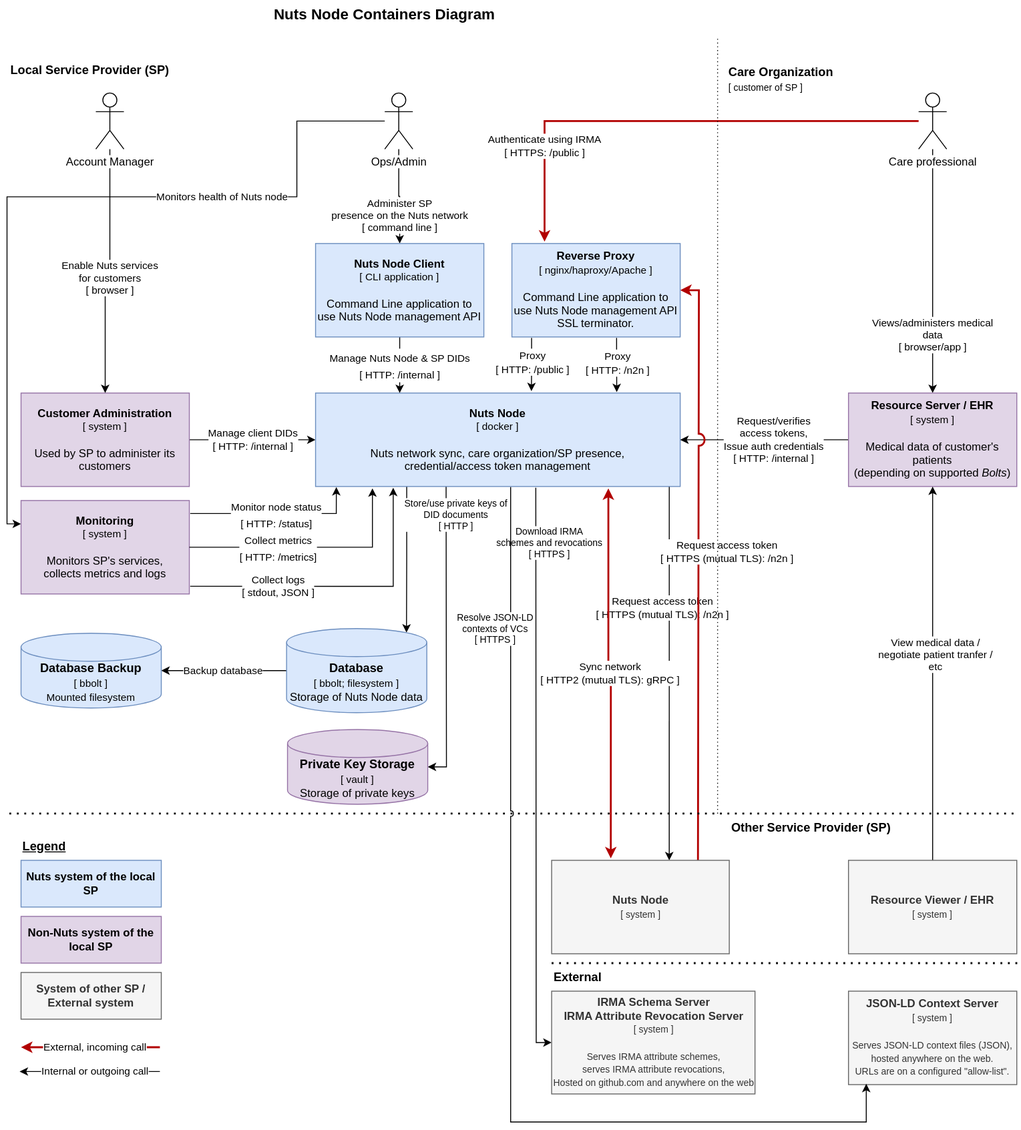
This is docs/diagrams/deployment/container-diagram.svg from nuts-foundation/nuts-node, a draw.io export, as it was before one commit. Source tidied: cells renumbered, new cells last; positions are measured from the earlier drawing's top-left corner, leaving out a move shared by most shapes.
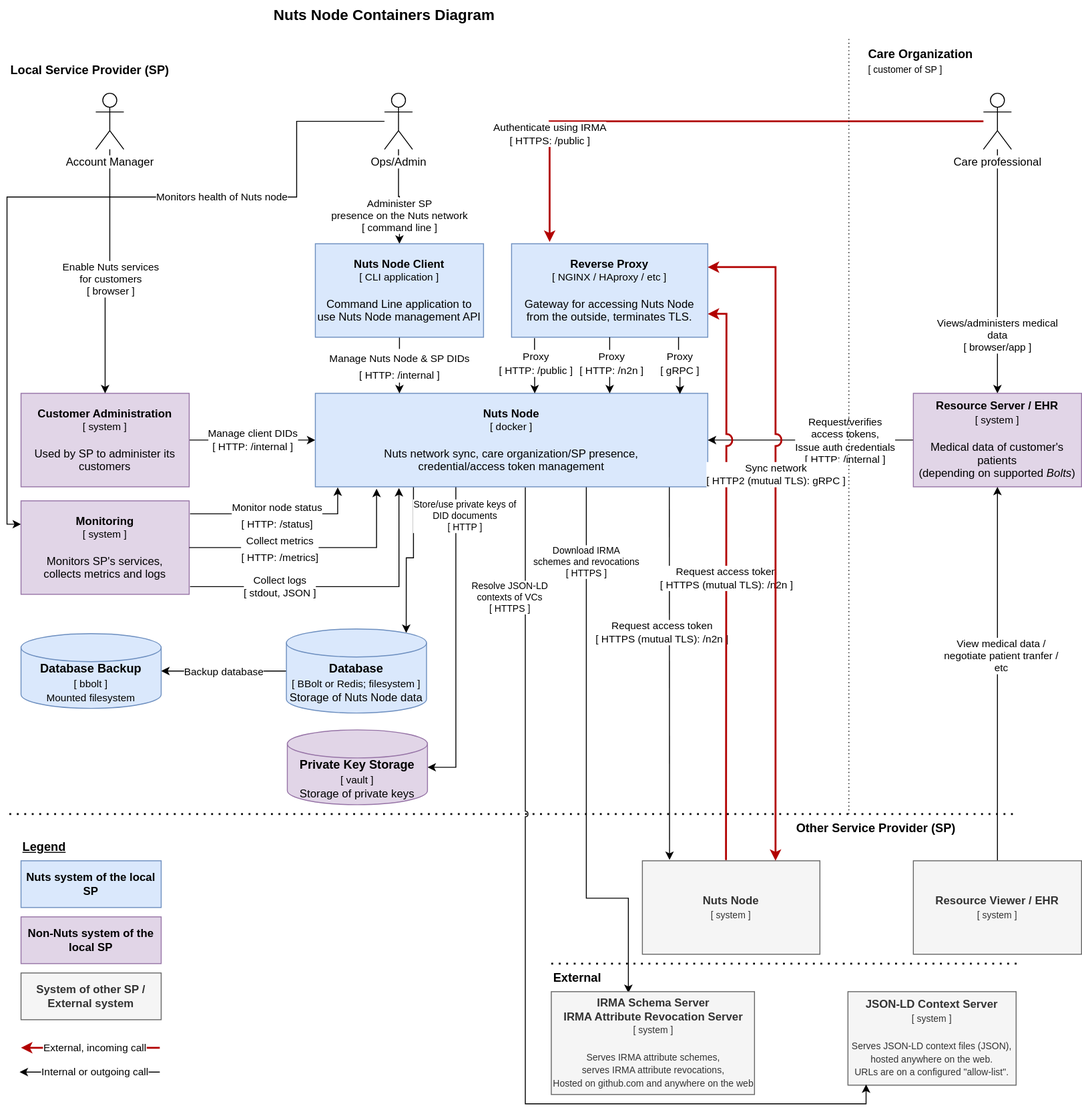
After the commit.

Commit message:
Docs: updated deployment diagram to recommend TLS offloading for gRPC traffic

What changed in the source:
```diff
@@ -31,43 +31,44 @@
       <mxGeometry x="0.52" relative="1" as="geometry" />
     </mxCell>
     <mxCell id="9" value="&lt;span style=&quot;background-color: rgb(255, 255, 255);&quot;&gt;Care professional&lt;br&gt;&lt;/span&gt;" style="shape=umlActor;verticalLabelPosition=bottom;verticalAlign=top;html=1;outlineConnect=0;" parent="1" vertex="1">
-      <mxGeometry x="975" y="99" width="30" height="60" as="geometry" />
+      <mxGeometry x="1045" y="99" width="30" height="60" as="geometry" />
     </mxCell>
     <mxCell id="10" style="edgeStyle=orthogonalEdgeStyle;rounded=0;jettySize=auto;html=1;fontSize=11;strokeWidth=1;exitX=0.25;exitY=1;exitDx=0;exitDy=0;entryX=0.855;entryY=0;entryDx=0;entryDy=4.35;entryPerimeter=0;" parent="1" edge="1" source="15" target="31">
       <mxGeometry relative="1" as="geometry" />
     </mxCell>
-    <mxCell id="11" value="Download IRMA&lt;br&gt;schemes and revocations&lt;br&gt;[ HTTPS ]" style="edgeStyle=orthogonalEdgeStyle;rounded=0;jumpStyle=arc;jettySize=auto;html=1;fontSize=10;strokeWidth=1;entryX=0;entryY=0.5;entryDx=0;entryDy=0;exitX=0.604;exitY=1.013;exitDx=0;exitDy=0;exitPerimeter=0;" parent="1" edge="1" source="15" target="52">
-      <mxGeometry x="-0.81" y="14" relative="1" as="geometry">
+    <mxCell id="11" value="Download IRMA&lt;br&gt;schemes and revocations&lt;br&gt;[ HTTPS ]" style="edgeStyle=orthogonalEdgeStyle;rounded=0;jumpStyle=arc;jettySize=auto;html=1;fontSize=10;strokeWidth=1;entryX=0.446;entryY=1.049;entryDx=0;entryDy=0;exitX=0.697;exitY=0.984;exitDx=0;exitDy=0;exitPerimeter=0;entryPerimeter=0;" parent="1" edge="1" source="15" target="57">
+      <mxGeometry x="-0.71" relative="1" as="geometry">
         <Array as="points">
-          <mxPoint x="566" y="715" />
-          <mxPoint x="566" y="960" />
+          <mxPoint x="620" y="518" />
+          <mxPoint x="620" y="960" />
+          <mxPoint x="665" y="960" />
         </Array>
       </mxGeometry>
     </mxCell>
     <mxCell id="12" value="Store/use private keys of &lt;br&gt;DID documents&lt;br&gt;[ HTTP ]" style="edgeStyle=orthogonalEdgeStyle;rounded=0;jumpStyle=arc;jettySize=auto;html=1;fontSize=10;startArrow=none;startFill=0;strokeWidth=1;exitX=0.358;exitY=1;exitDx=0;exitDy=0;exitPerimeter=0;entryX=1;entryY=0.5;entryDx=0;entryDy=0;entryPerimeter=0;" parent="1" edge="1" source="15" target="58">
       <mxGeometry x="-0.81" y="10" relative="1" as="geometry" />
     </mxCell>
-    <mxCell id="13" style="edgeStyle=orthogonalEdgeStyle;rounded=0;jumpStyle=arc;jettySize=auto;html=1;fontSize=11;startArrow=none;startFill=0;strokeWidth=1;exitX=0.97;exitY=0.987;exitDx=0;exitDy=0;exitPerimeter=0;entryX=0.662;entryY=0;entryDx=0;entryDy=0;entryPerimeter=0;" parent="1" edge="1" source="15" target="24">
+    <mxCell id="13" style="edgeStyle=orthogonalEdgeStyle;rounded=0;jumpStyle=arc;jettySize=auto;html=1;fontSize=11;startArrow=none;startFill=0;strokeWidth=1;exitX=0.902;exitY=0.995;exitDx=0;exitDy=0;exitPerimeter=0;entryX=0.153;entryY=-0.009;entryDx=0;entryDy=0;entryPerimeter=0;" parent="1" edge="1" source="15" target="24">
       <mxGeometry relative="1" as="geometry" />
     </mxCell>
     <mxCell id="14" value="Request access token&lt;br&gt;[ HTTPS (mutual TLS): /n2n ]" style="edgeLabel;html=1;align=center;verticalAlign=middle;fontSize=11;" parent="13" vertex="1">
       <mxGeometry x="-0.17" y="3" relative="1" as="geometry">
-        <mxPoint x="-11" y="-35" as="offset" />
+        <mxPoint x="-11" y="-9" as="offset" />
       </mxGeometry>
     </mxCell>
     <mxCell id="15" value="&lt;b&gt;Nuts Node&lt;br&gt;&lt;/b&gt;&lt;font style=&quot;font-size: 11px;&quot;&gt;&lt;font style=&quot;font-size: 11px;&quot;&gt;[ docker ]&lt;/font&gt;&lt;br&gt;&lt;/font&gt;&lt;br&gt;Nuts network sync, care organization/SP presence,&lt;br&gt;credential/access token management" style="rounded=0;whiteSpace=wrap;html=1;fillColor=#dae8fc;strokeColor=#6c8ebf;" parent="1" vertex="1">
-      <mxGeometry x="330" y="420" width="390" height="100" as="geometry" />
+      <mxGeometry x="330" y="420" width="420" height="100" as="geometry" />
     </mxCell>
     <mxCell id="16" style="edgeStyle=orthogonalEdgeStyle;rounded=0;jettySize=auto;html=1;fontSize=11;strokeWidth=1;" parent="1" edge="1" source="18" target="15">
       <mxGeometry relative="1" as="geometry" />
     </mxCell>
     <mxCell id="17" value="Request/verifies&lt;br&gt;access tokens,&lt;br&gt;Issue auth credentials&lt;br&gt;[ HTTP: /internal ]" style="edgeLabel;html=1;align=center;verticalAlign=middle;fontSize=11;" parent="16" vertex="1">
       <mxGeometry x="0.09" y="-3" relative="1" as="geometry">
-        <mxPoint x="18" y="3" as="offset" />
+        <mxPoint x="46" y="3" as="offset" />
       </mxGeometry>
     </mxCell>
     <mxCell id="18" value="&lt;font style=&quot;&quot;&gt;&lt;b&gt;Resource Server / EHR&lt;br&gt;&lt;/b&gt;&lt;/font&gt;&lt;font style=&quot;font-size: 11px;&quot;&gt;&lt;font style=&quot;font-size: 11px;&quot;&gt;[ system ]&lt;/font&gt;&lt;br&gt;&lt;/font&gt;&lt;br&gt;Medical data of customer's patients&lt;br&gt;(depending on supported&amp;nbsp;&lt;i&gt;Bolts&lt;/i&gt;)" style="rounded=0;whiteSpace=wrap;html=1;fillColor=#e1d5e7;strokeColor=#9673a6;" parent="1" vertex="1">
-      <mxGeometry x="900" y="420" width="180" height="100" as="geometry" />
+      <mxGeometry x="970" y="420" width="180" height="100" as="geometry" />
     </mxCell>
     <mxCell id="19" style="edgeStyle=orthogonalEdgeStyle;rounded=0;jettySize=auto;html=1;fontSize=10;entryX=0.5;entryY=0;entryDx=0;entryDy=0;" parent="1" edge="1" source="22" target="3">
       <mxGeometry relative="1" as="geometry" />
@@ -83,17 +84,11 @@
     <mxCell id="22" value="&lt;span style=&quot;background-color: rgb(255, 255, 255);&quot;&gt;Account Manager&lt;br&gt;&lt;/span&gt;" style="shape=umlActor;verticalLabelPosition=bottom;verticalAlign=top;html=1;outlineConnect=0;fillColor=default;" parent="1" vertex="1">
       <mxGeometry x="95" y="99" width="30" height="60" as="geometry" />
     </mxCell>
-    <mxCell id="23" value="Request access token&lt;br&gt;[ HTTPS (mutual TLS): /n2n ]" style="edgeStyle=orthogonalEdgeStyle;rounded=0;jettySize=auto;html=1;fontSize=11;strokeWidth=2;entryX=1;entryY=0.5;entryDx=0;entryDy=0;jumpStyle=arc;jumpSize=11;exitX=0.834;exitY=0.013;exitDx=0;exitDy=0;exitPerimeter=0;fillColor=#e51400;strokeColor=#B20000;" parent="1" edge="1" source="24" target="39">
-      <mxGeometry x="0.05" y="-30" relative="1" as="geometry">
-        <Array as="points">
-          <mxPoint x="739" y="800" />
-          <mxPoint x="740" y="800" />
-          <mxPoint x="740" y="310" />
-        </Array>
-      </mxGeometry>
+    <mxCell id="23" value="Request access token&lt;br&gt;[ HTTPS (mutual TLS): /n2n ]" style="edgeStyle=orthogonalEdgeStyle;rounded=0;jettySize=auto;html=1;fontSize=11;strokeWidth=2;jumpStyle=arc;jumpSize=11;fillColor=#e51400;strokeColor=#B20000;exitX=0.471;exitY=-0.008;exitDx=0;exitDy=0;exitPerimeter=0;entryX=1;entryY=0.75;entryDx=0;entryDy=0;" parent="1" edge="1" source="24" target="39">
+      <mxGeometry relative="1" as="geometry" />
     </mxCell>
     <mxCell id="24" value="&lt;b&gt;Nuts Node&lt;br&gt;&lt;/b&gt;&lt;font style=&quot;font-size: 10px;&quot;&gt;[ system ]&lt;/font&gt;" style="rounded=0;whiteSpace=wrap;html=1;fillColor=#f5f5f5;strokeColor=#666666;fontColor=#333333;" parent="1" vertex="1">
-      <mxGeometry x="582.5" y="920" width="190" height="100" as="geometry" />
+      <mxGeometry x="680" y="920" width="190" height="100" as="geometry" />
     </mxCell>
     <mxCell id="25" value="&lt;b&gt;System of other SP / External system&lt;/b&gt;" style="rounded=0;whiteSpace=wrap;html=1;fillColor=#f5f5f5;strokeColor=#666666;fontColor=#333333;" parent="1" vertex="1">
       <mxGeometry x="15" y="1040" width="150" height="50" as="geometry" />
@@ -113,7 +108,7 @@
     <mxCell id="30" value="Backup database" style="edgeLabel;html=1;align=center;verticalAlign=middle;fontSize=11;" parent="29" vertex="1">
       <mxGeometry x="0.02" relative="1" as="geometry" />
     </mxCell>
-    <mxCell id="31" value="Database&lt;br&gt;&lt;span style=&quot;font-weight: normal; font-size: 11px;&quot;&gt;[ bbolt; filesystem ]&lt;/span&gt;&lt;br&gt;&lt;font style=&quot;font-size: 12px;&quot;&gt;&lt;span style=&quot;font-weight: normal;&quot;&gt;S&lt;/span&gt;&lt;span style=&quot;font-weight: normal;&quot;&gt;torage of Nuts Node data&lt;/span&gt;&lt;/font&gt;" style="shape=cylinder3;whiteSpace=wrap;html=1;boundedLbl=1;backgroundOutline=1;size=15;fontSize=13;fillColor=#dae8fc;strokeColor=#6c8ebf;fontStyle=1;" parent="1" vertex="1">
+    <mxCell id="31" value="Database&lt;br&gt;&lt;span style=&quot;font-weight: normal; font-size: 11px;&quot;&gt;[ BBolt or Redis; filesystem ]&lt;/span&gt;&lt;br&gt;&lt;font style=&quot;font-size: 12px;&quot;&gt;&lt;span style=&quot;font-weight: normal;&quot;&gt;S&lt;/span&gt;&lt;span style=&quot;font-weight: normal;&quot;&gt;torage of Nuts Node data&lt;/span&gt;&lt;/font&gt;" style="shape=cylinder3;whiteSpace=wrap;html=1;boundedLbl=1;backgroundOutline=1;size=15;fontSize=13;fillColor=#dae8fc;strokeColor=#6c8ebf;fontStyle=1;" parent="1" vertex="1">
       <mxGeometry x="299" y="672" width="150" height="90" as="geometry" />
     </mxCell>
     <mxCell id="32" value="&lt;b&gt;Nuts Node Containers Diagram&lt;br&gt;&lt;/b&gt;" style="text;html=1;strokeColor=none;fillColor=none;align=center;verticalAlign=middle;whiteSpace=wrap;rounded=0;fontSize=16;" parent="1" vertex="1">
@@ -133,14 +128,14 @@
     <mxCell id="36" value="&lt;b&gt;Monitoring&lt;br&gt;&lt;/b&gt;&lt;font style=&quot;font-size: 11px;&quot;&gt;[ system ]&lt;br&gt;&lt;/font&gt;&lt;br&gt;Monitors SP's services,&lt;br&gt;collects metrics and logs" style="rounded=0;whiteSpace=wrap;html=1;fillColor=#e1d5e7;strokeColor=#9673a6;" parent="1" vertex="1">
       <mxGeometry x="15" y="535" width="180" height="100" as="geometry" />
     </mxCell>
-    <mxCell id="37" style="edgeStyle=orthogonalEdgeStyle;rounded=0;jettySize=auto;html=1;fontSize=12;strokeWidth=1;exitX=0.117;exitY=1.01;exitDx=0;exitDy=0;exitPerimeter=0;entryX=0.592;entryY=-0.02;entryDx=0;entryDy=0;entryPerimeter=0;" parent="1" edge="1" source="39" target="15">
+    <mxCell id="37" style="edgeStyle=orthogonalEdgeStyle;rounded=0;jettySize=auto;html=1;fontSize=12;strokeWidth=1;exitX=0.117;exitY=1.01;exitDx=0;exitDy=0;exitPerimeter=0;entryX=0.559;entryY=0;entryDx=0;entryDy=0;entryPerimeter=0;" parent="1" edge="1" source="39" target="15">
       <mxGeometry relative="1" as="geometry" />
     </mxCell>
     <mxCell id="38" value="&lt;font style=&quot;font-size: 11px;&quot;&gt;Proxy&lt;br&gt;[ HTTP: /public ]&lt;/font&gt;" style="edgeLabel;html=1;align=center;verticalAlign=middle;fontSize=12;" parent="37" vertex="1">
       <mxGeometry x="-0.09" y="1" relative="1" as="geometry" />
     </mxCell>
-    <mxCell id="39" value="&lt;font style=&quot;&quot;&gt;&lt;b&gt;Reverse Proxy&lt;br&gt;&lt;/b&gt;&lt;/font&gt;&lt;font style=&quot;font-size: 11px;&quot;&gt;&lt;font style=&quot;font-size: 11px;&quot;&gt;[ nginx/haproxy/Apache ]&lt;/font&gt;&lt;br&gt;&lt;/font&gt;&lt;br&gt;Command Line application to use Nuts Node management API&lt;br&gt;SSL terminator." style="rounded=0;whiteSpace=wrap;html=1;fillColor=#dae8fc;strokeColor=#6c8ebf;" parent="1" vertex="1">
-      <mxGeometry x="540" y="260" width="180" height="100" as="geometry" />
+    <mxCell id="39" value="&lt;font style=&quot;&quot;&gt;&lt;b&gt;Reverse Proxy&lt;br&gt;&lt;/b&gt;&lt;/font&gt;&lt;font style=&quot;font-size: 11px;&quot;&gt;&lt;font style=&quot;font-size: 11px;&quot;&gt;[ NGINX / HAproxy / etc ]&lt;/font&gt;&lt;br&gt;&lt;/font&gt;&lt;br&gt;Gateway for accessing Nuts Node from the outside, terminates TLS." style="rounded=0;whiteSpace=wrap;html=1;fillColor=#dae8fc;strokeColor=#6c8ebf;" parent="1" vertex="1">
+      <mxGeometry x="540" y="260" width="210" height="100" as="geometry" />
     </mxCell>
     <mxCell id="40" value="Collect logs&lt;br&gt;[ stdout, JSON ]" style="edgeStyle=orthogonalEdgeStyle;rounded=0;jettySize=auto;html=1;fontSize=11;strokeWidth=1;entryX=0.213;entryY=1.013;entryDx=0;entryDy=0;entryPerimeter=0;exitX=1.005;exitY=0.918;exitDx=0;exitDy=0;exitPerimeter=0;" parent="1" edge="1" source="36" target="15">
       <mxGeometry x="-0.42" relative="1" as="geometry" />
@@ -148,14 +143,14 @@
     <mxCell id="41" value="&lt;b&gt;Database Backup&lt;/b&gt;&lt;br&gt;&lt;font style=&quot;font-size: 11px;&quot;&gt;[ bbolt ]&lt;br&gt;Mounted filesystem&lt;br&gt;&lt;/font&gt;" style="shape=cylinder3;whiteSpace=wrap;html=1;boundedLbl=1;backgroundOutline=1;size=15;fontSize=13;fillColor=#dae8fc;strokeColor=#6c8ebf;" parent="1" vertex="1">
       <mxGeometry x="15" y="677" width="150" height="80" as="geometry" />
     </mxCell>
-    <mxCell id="42" style="edgeStyle=orthogonalEdgeStyle;rounded=0;jettySize=auto;html=1;fontSize=12;strokeWidth=1;exitX=0.622;exitY=1.01;exitDx=0;exitDy=0;exitPerimeter=0;entryX=0.826;entryY=-0.01;entryDx=0;entryDy=0;entryPerimeter=0;" parent="1" edge="1" source="39" target="15">
+    <mxCell id="42" style="edgeStyle=orthogonalEdgeStyle;rounded=0;jettySize=auto;html=1;fontSize=12;strokeWidth=1;exitX=0.5;exitY=1;exitDx=0;exitDy=0;entryX=0.75;entryY=0;entryDx=0;entryDy=0;" parent="1" edge="1" source="39" target="15">
       <mxGeometry relative="1" as="geometry" />
     </mxCell>
     <mxCell id="43" value="&lt;font style=&quot;font-size: 11px;&quot;&gt;Proxy&lt;br&gt;[ HTTP: /n2n ]&lt;/font&gt;" style="edgeLabel;html=1;align=center;verticalAlign=middle;fontSize=12;" parent="42" vertex="1">
       <mxGeometry x="-0.09" y="1" relative="1" as="geometry" />
     </mxCell>
-    <mxCell id="44" value="Sync network&lt;br&gt;[ HTTP2 (mutual TLS): gRPC ]" style="edgeStyle=orthogonalEdgeStyle;rounded=0;jettySize=auto;html=1;fontSize=11;strokeWidth=2;jumpStyle=arc;jumpSize=11;entryX=0.803;entryY=1.02;entryDx=0;entryDy=0;entryPerimeter=0;exitX=0.333;exitY=-0.021;exitDx=0;exitDy=0;exitPerimeter=0;startArrow=classic;startFill=1;fillColor=#e51400;strokeColor=#B20000;" parent="1" edge="1" source="24" target="15">
-      <mxGeometry relative="1" as="geometry" />
+    <mxCell id="44" value="Sync network&lt;br&gt;[ HTTP2 (mutual TLS): gRPC ]" style="edgeStyle=orthogonalEdgeStyle;rounded=0;jettySize=auto;html=1;fontSize=11;strokeWidth=2;jumpStyle=arc;jumpSize=11;entryX=1;entryY=0.25;entryDx=0;entryDy=0;exitX=0.75;exitY=0;exitDx=0;exitDy=0;startArrow=classic;startFill=1;fillColor=#e51400;strokeColor=#B20000;" parent="1" edge="1" source="24" target="39">
+      <mxGeometry x="0.17" relative="1" as="geometry" />
     </mxCell>
     <mxCell id="45" value="&lt;font style=&quot;font-size: 11px;&quot;&gt;Collect metrics&lt;br&gt;[ HTTP: /metrics]&lt;br&gt;&lt;/font&gt;" style="edgeStyle=orthogonalEdgeStyle;rounded=0;jettySize=auto;html=1;fontSize=15;strokeWidth=1;entryX=0.156;entryY=1.02;entryDx=0;entryDy=0;exitX=1;exitY=0.5;exitDx=0;exitDy=0;entryPerimeter=0;" parent="1" edge="1" source="36" target="15">
       <mxGeometry x="-0.27" relative="1" as="geometry" />
@@ -173,16 +168,16 @@
       </mxGeometry>
     </mxCell>
     <mxCell id="49" value="&lt;font style=&quot;&quot;&gt;&lt;b&gt;Resource Viewer / EHR&lt;br&gt;&lt;/b&gt;&lt;/font&gt;&lt;font style=&quot;font-size: 10px;&quot;&gt;[ system ]&lt;/font&gt;" style="rounded=0;whiteSpace=wrap;html=1;fillColor=#f5f5f5;strokeColor=#666666;fontColor=#333333;" parent="1" vertex="1">
-      <mxGeometry x="900" y="920" width="180" height="100" as="geometry" />
+      <mxGeometry x="970" y="920" width="180" height="100" as="geometry" />
     </mxCell>
     <mxCell id="50" style="endArrow=none;dashed=1;html=1;dashPattern=1 3;strokeWidth=1;rounded=0;fontSize=13;" parent="1" edge="1">
       <mxGeometry relative="1" as="geometry">
-        <mxPoint x="760" y="870" as="sourcePoint" />
-        <mxPoint x="760" y="40" as="targetPoint" />
+        <mxPoint x="901" y="870" as="sourcePoint" />
+        <mxPoint x="901" y="40" as="targetPoint" />
       </mxGeometry>
     </mxCell>
     <mxCell id="51" value="Care Organization&lt;br&gt;&lt;span style=&quot;font-weight: normal;&quot;&gt;&lt;font style=&quot;font-size: 10px;&quot;&gt;[ customer of SP ]&lt;/font&gt;&lt;/span&gt;" style="text;html=1;strokeColor=none;fillColor=none;align=left;verticalAlign=middle;whiteSpace=wrap;rounded=0;dashed=1;fontSize=13;fontStyle=1;" parent="1" vertex="1">
-      <mxGeometry x="770" y="69" width="140" height="30" as="geometry" />
+      <mxGeometry x="920" y="50" width="140" height="30" as="geometry" />
     </mxCell>
     <mxCell id="52" value="&lt;b&gt;IRMA Schema Server&lt;br&gt;IRMA Attribute Revocation Server&lt;br&gt;&lt;/b&gt;&lt;font style=&quot;font-size: 10px;&quot;&gt;[ system ]&lt;br&gt;&lt;br&gt;Serves IRMA attribute schemes,&lt;br&gt;serves IRMA attribute revocations,&lt;br&gt;Hosted on github.com and anywhere on the web&lt;br&gt;&lt;/font&gt;" style="rounded=0;whiteSpace=wrap;html=1;fillColor=#f5f5f5;strokeColor=#666666;fontColor=#333333;" parent="1" vertex="1">
       <mxGeometry x="582.5" y="1060" width="217.5" height="110" as="geometry" />
@@ -196,13 +191,7 @@
       </mxGeometry>
     </mxCell>
     <mxCell id="55" style="edgeStyle=orthogonalEdgeStyle;rounded=0;jumpStyle=arc;jettySize=auto;html=1;fontSize=10;strokeWidth=1;exitX=0.535;exitY=1.006;exitDx=0;exitDy=0;exitPerimeter=0;entryX=0.108;entryY=0.992;entryDx=0;entryDy=0;entryPerimeter=0;" parent="1" edge="1" source="15" target="53">
-      <mxGeometry relative="1" as="geometry">
-        <Array as="points">
-          <mxPoint x="539" y="1200" />
-          <mxPoint x="919" y="1200" />
-          <mxPoint x="919" y="1159" />
-        </Array>
-      </mxGeometry>
+      <mxGeometry relative="1" as="geometry" />
     </mxCell>
     <mxCell id="56" value="Resolve JSON-LD&lt;br&gt;contexts of VCs&lt;br&gt;[ HTTPS ]" style="edgeLabel;html=1;align=center;verticalAlign=middle;fontSize=10;" parent="55" vertex="1">
       <mxGeometry x="0.21" y="-1" relative="1" as="geometry">
@@ -228,7 +217,13 @@
       </mxGeometry>
     </mxCell>
     <mxCell id="61" value="Other Service Provider (SP)" style="text;html=1;strokeColor=none;fillColor=none;align=left;verticalAlign=middle;whiteSpace=wrap;rounded=0;dashed=1;fontSize=13;fontStyle=1;" parent="1" vertex="1">
-      <mxGeometry x="772.5" y="870" width="185" height="30" as="geometry" />
+      <mxGeometry x="842.5" y="870" width="185" height="30" as="geometry" />
     </mxCell>
+    <mxCell id="62" style="edgeStyle=orthogonalEdgeStyle;rounded=0;jettySize=auto;html=1;fontSize=12;strokeWidth=1;entryX=0.929;entryY=0.007;entryDx=0;entryDy=0;entryPerimeter=0;exitX=0.851;exitY=0.999;exitDx=0;exitDy=0;exitPerimeter=0;" parent="1" edge="1" source="39" target="15">
+      <mxGeometry relative="1" as="geometry" />
+    </mxCell>
+    <mxCell id="63" value="&lt;font style=&quot;font-size: 11px;&quot;&gt;Proxy&lt;br&gt;[ gRPC ]&lt;/font&gt;" style="edgeLabel;html=1;align=center;verticalAlign=middle;fontSize=12;" parent="62" vertex="1">
+      <mxGeometry x="-0.09" y="1" relative="1" as="geometry" />
+    </mxCell>
   </root>
 </mxGraphModel>
```
